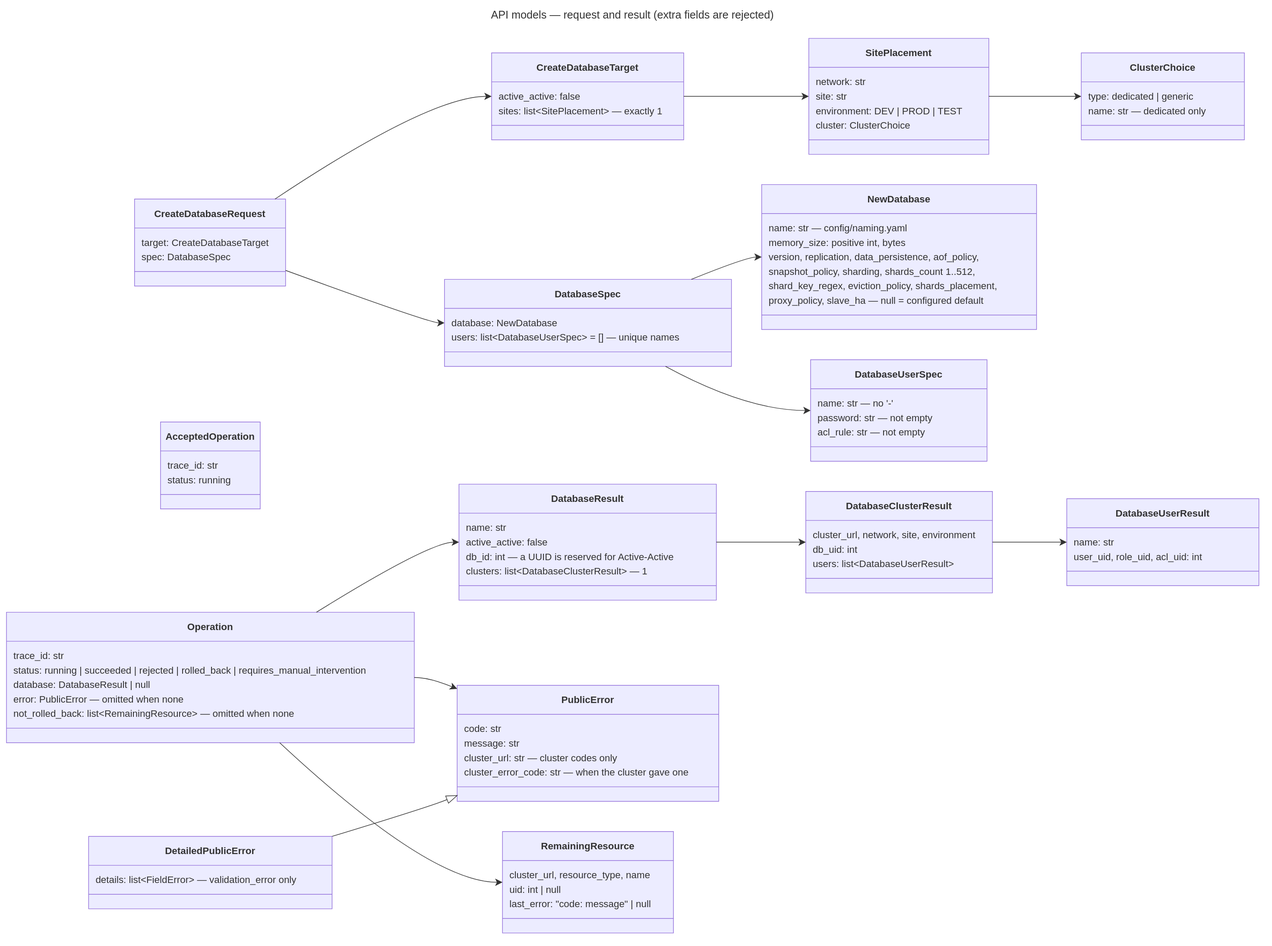
Earlier version of the draw.io export docs/diagrams/19-api-models-create.drawio.svg (EliShteinman/redis-enterprise-services). Source tidied: cells renumbered, new cells last; positions are measured from the earlier drawing's top-left corner, leaving out a move shared by most shapes.
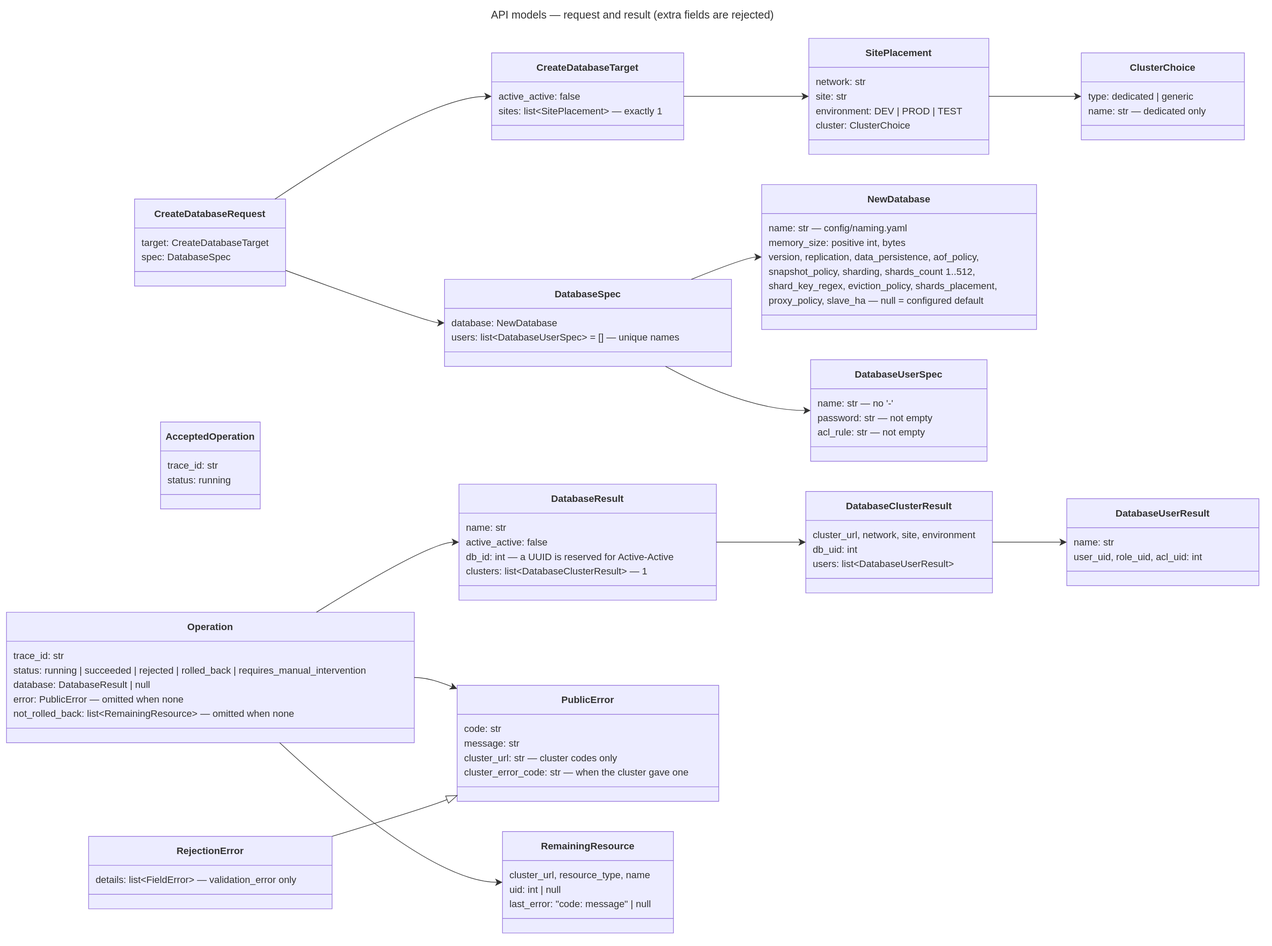
After the change.

What changed in the source:
```diff
@@ -203,7 +203,7 @@
     <mxCell id="68" style="line;strokeWidth=1;fillColor=none;spacingLeft=3;spacingRight=3;strokeColor=inherit;" parent="63" vertex="1">
       <mxGeometry y="156" width="433" height="24" as="geometry" />
     </mxCell>
-    <mxCell id="69" value="&lt;b&gt;DetailedPublicError&lt;/b&gt;" style="swimlane;html=1;fontStyle=1;fontSize=16;align=center;verticalAlign=middle;horizontal=1;startSize=48;swimlaneFillColor=light-dark(#ECECFF,#1f2020);whiteSpace=wrap;fillColor=light-dark(#ECECFF,#1f2020);strokeColor=light-dark(#9370DB,#cccccc);fontColor=light-dark(#333333,#cccccc);fontFamily=Trebuchet MS,Verdana,Arial,sans-serif;" parent="1" vertex="1">
+    <mxCell id="69" value="&lt;b&gt;RejectionError&lt;/b&gt;" style="swimlane;html=1;fontStyle=1;fontSize=16;align=center;verticalAlign=middle;horizontal=1;startSize=48;swimlaneFillColor=light-dark(#ECECFF,#1f2020);whiteSpace=wrap;fillColor=light-dark(#ECECFF,#1f2020);strokeColor=light-dark(#9370DB,#cccccc);fontColor=light-dark(#333333,#cccccc);fontFamily=Trebuchet MS,Verdana,Arial,sans-serif;" parent="1" vertex="1">
       <mxGeometry x="136" y="1374" width="403" height="120" as="geometry" />
     </mxCell>
     <mxCell id="70" value="details: list&lt;FieldError&gt; — validation_error only" style="text;fontSize=16;strokeColor=none;fillColor=none;align=left;verticalAlign=middle;spacingLeft=10;spacingRight=12;spacingBottom=2;overflow=hidden;fontFamily=Trebuchet MS,Verdana,Arial,sans-serif;fontColor=light-dark(#333333,#cccccc);" parent="69" vertex="1">
```
